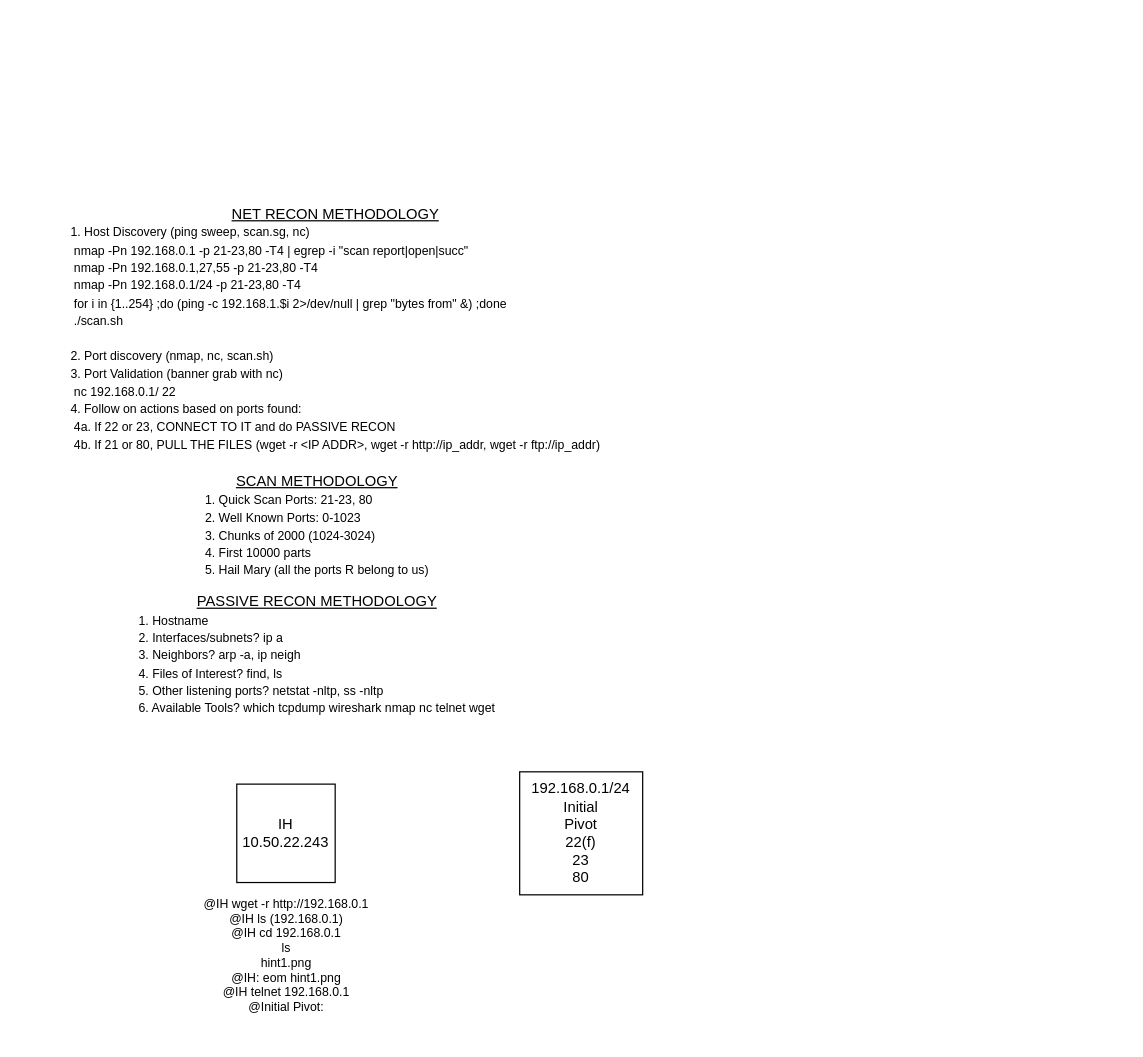
Earlier version of the draw.io diagram page "Page-1" (1 of 4) of Networking/Day 5/Untitled Diagram.drawio (LukeaBrown/COSC). Source tidied: cells renumbered, new cells numbered last; positions are measured from the earlier drawing's top-left corner, leaving out a move shared by most shapes. Both pictures are drawn from the tidied source at 123%, with x=0, y=0 at pixel (39, 21).
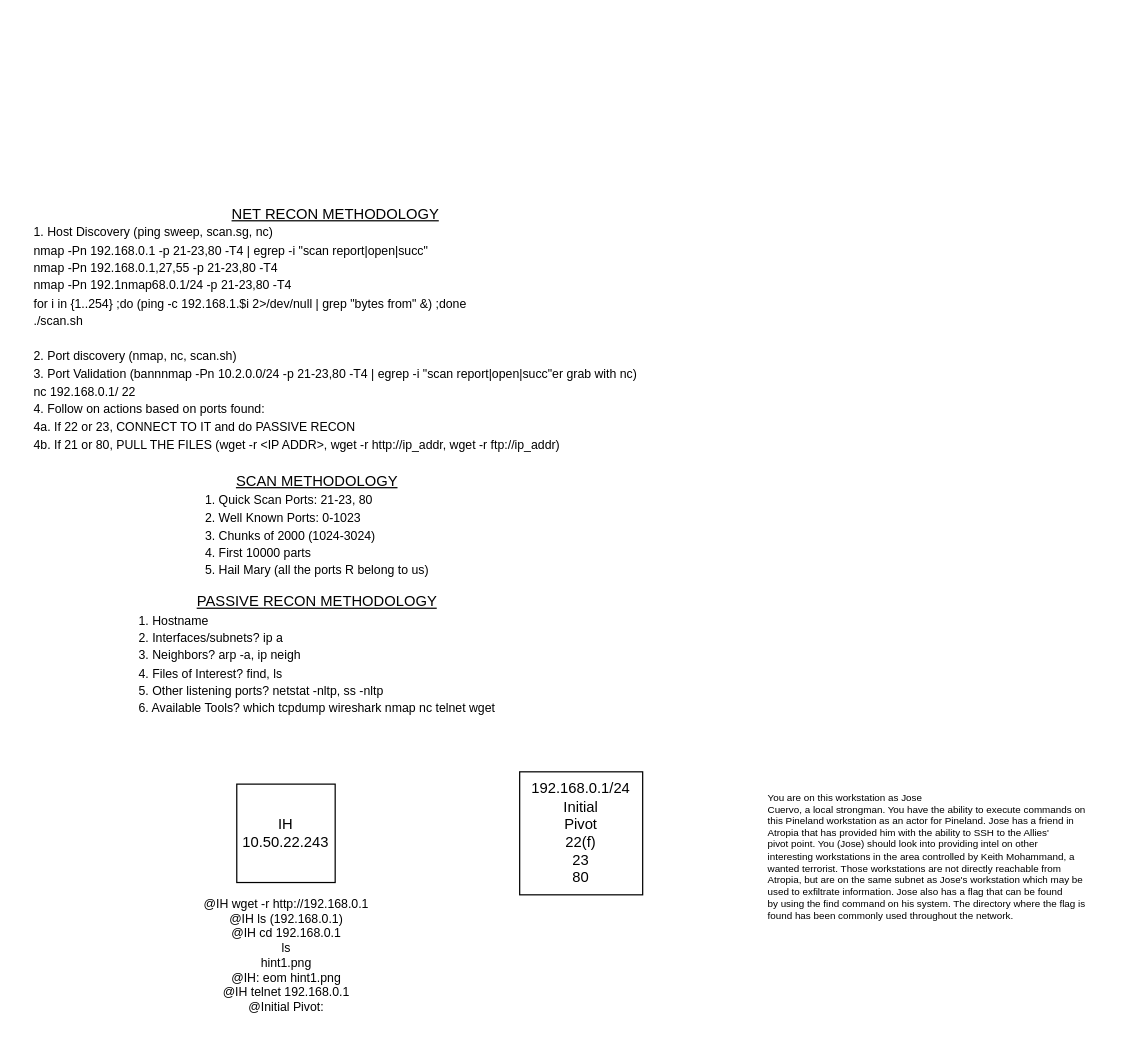
The same diagram, later.

The edit, as a diff of the source:
```diff
@@
 <mxGraphModel>
   <root>
     <mxCell id="0" />
     <mxCell id="1" parent="0" />
     <mxCell id="2" value="&lt;div&gt;IH&lt;/div&gt;&lt;div&gt;10.50.22.243&lt;br&gt;&lt;/div&gt;" style="whiteSpace=wrap;html=1;" parent="1" vertex="1">
       <mxGeometry x="160" y="620" width="80" height="80" as="geometry" />
     </mxCell>
     <mxCell id="3" value="&lt;div&gt;192.168.0.1/24&lt;br&gt;&lt;/div&gt;&lt;div&gt;Initial &lt;br&gt;&lt;/div&gt;&lt;div&gt;Pivot&lt;/div&gt;&lt;div&gt;22(f)&lt;br&gt;&lt;/div&gt;&lt;div&gt;23&lt;/div&gt;&lt;div&gt;80&lt;br&gt;&lt;/div&gt;" style="whiteSpace=wrap;html=1;" parent="1" vertex="1">
       <mxGeometry x="390" y="610" width="100" height="100" as="geometry" />
     </mxCell>
-    <mxCell id="4" value="&lt;div&gt;&lt;u&gt;NET RECON METHODOLOGY&lt;/u&gt;&lt;/div&gt;&lt;div align=&quot;left&quot;&gt;&lt;font style=&quot;font-size: 10px;&quot;&gt;1. Host Discovery (ping sweep, scan.sg, nc)&lt;/font&gt;&lt;/div&gt;&lt;div align=&quot;left&quot;&gt;&lt;font style=&quot;font-size: 10px;&quot;&gt;&lt;span style=&quot;white-space: pre;&quot;&gt; &lt;/span&gt;nmap -Pn 192.168.0.1 -p 21-23,80 -T4 | egrep -i &quot;scan report|open|succ&quot;&lt;br&gt;&lt;/font&gt;&lt;/div&gt;&lt;div align=&quot;left&quot;&gt;&lt;font style=&quot;font-size: 10px;&quot;&gt;&lt;span style=&quot;white-space: pre;&quot;&gt; &lt;/span&gt;nmap -Pn 192.168.0.1,27,55 -p 21-23,80 -T4&lt;br&gt;&lt;/font&gt;&lt;/div&gt;&lt;div align=&quot;left&quot;&gt;&lt;font style=&quot;font-size: 10px;&quot;&gt;&lt;span style=&quot;white-space: pre;&quot;&gt; &lt;/span&gt;nmap -Pn 192.168.0.1/24 -p 21-23,80 -T4&lt;br&gt;&lt;/font&gt;&lt;/div&gt;&lt;div align=&quot;left&quot;&gt;&lt;font style=&quot;font-size: 10px;&quot;&gt;&lt;span style=&quot;white-space: pre;&quot;&gt; &lt;/span&gt;for i in {1..254} ;do (ping -c 192.168.1.$i 2&amp;gt;/dev/null | grep &quot;bytes from&quot; &amp;amp;) ;done&lt;/font&gt;&lt;/div&gt;&lt;div align=&quot;left&quot;&gt;&lt;font style=&quot;font-size: 10px;&quot;&gt;&lt;span style=&quot;white-space: pre;&quot;&gt; &lt;/span&gt;./scan.sh&lt;/font&gt;&lt;/div&gt;&lt;div align=&quot;left&quot;&gt;&lt;font style=&quot;font-size: 10px;&quot;&gt;&lt;br&gt;&lt;/font&gt;&lt;/div&gt;&lt;div align=&quot;left&quot;&gt;&lt;font style=&quot;font-size: 10px;&quot;&gt;2. Port  discovery (nmap, nc, scan.sh)&lt;br&gt;&lt;/font&gt;&lt;/div&gt;&lt;div align=&quot;left&quot;&gt;&lt;font style=&quot;font-size: 10px;&quot;&gt;3. Port Validation (banner grab with nc)&lt;/font&gt;&lt;/div&gt;&lt;div align=&quot;left&quot;&gt;&lt;font style=&quot;font-size: 10px;&quot;&gt;&lt;span style=&quot;white-space: pre;&quot;&gt; &lt;/span&gt;nc 192.168.0.1/ 22&lt;/font&gt;&lt;/div&gt;&lt;div align=&quot;left&quot;&gt;&lt;font style=&quot;font-size: 10px;&quot;&gt;4. Follow on actions based on ports found:&lt;/font&gt;&lt;/div&gt;&lt;div align=&quot;left&quot;&gt;&lt;font style=&quot;font-size: 10px;&quot;&gt;&lt;span style=&quot;white-space: pre;&quot;&gt; &lt;/span&gt;4a. If 22 or 23, CONNECT TO IT and do PASSIVE RECON&lt;/font&gt;&lt;/div&gt;&lt;div align=&quot;left&quot;&gt;&lt;font style=&quot;font-size: 10px;&quot;&gt;&lt;span style=&quot;white-space: pre;&quot;&gt; &lt;/span&gt;4b. If 21 or 80, PULL THE FILES (wget -r &amp;lt;IP ADDR&amp;gt;, wget -r http://ip_addr, wget -r ftp://ip_addr)&lt;br&gt;&lt;/font&gt;&lt;/div&gt;" style="text;html=1;align=center;verticalAlign=middle;strokeColor=none;fillColor=none;" parent="1" vertex="1">
-      <mxGeometry y="140" width="480" height="220" as="geometry" />
+    <mxCell id="4" value="&lt;div&gt;&lt;u&gt;NET RECON METHODOLOGY&lt;/u&gt;&lt;/div&gt;&lt;div align=&quot;left&quot;&gt;&lt;font style=&quot;font-size: 10px;&quot;&gt;1. Host Discovery (ping sweep, scan.sg, nc)&lt;/font&gt;&lt;/div&gt;&lt;div align=&quot;left&quot;&gt;&lt;font style=&quot;font-size: 10px;&quot;&gt;&lt;span style=&quot;&quot;&gt; &lt;/span&gt;nmap -Pn 192.168.0.1 -p 21-23,80 -T4 | egrep -i &quot;scan report|open|succ&quot;&lt;br&gt;&lt;/font&gt;&lt;/div&gt;&lt;div align=&quot;left&quot;&gt;&lt;font style=&quot;font-size: 10px;&quot;&gt;&lt;span style=&quot;&quot;&gt; &lt;/span&gt;nmap -Pn 192.168.0.1,27,55 -p 21-23,80 -T4&lt;br&gt;&lt;/font&gt;&lt;/div&gt;&lt;div align=&quot;left&quot;&gt;&lt;font style=&quot;font-size: 10px;&quot;&gt;&lt;span style=&quot;&quot;&gt; &lt;/span&gt;nmap -Pn 192.1&lt;/font&gt;&lt;font style=&quot;font-size: 10px;&quot;&gt;&lt;span style=&quot;&quot;&gt;&lt;/span&gt;nmap&lt;/font&gt;&lt;font style=&quot;font-size: 10px;&quot;&gt;68.0.1/24 -p 21-23,80 -T4&lt;br&gt;&lt;/font&gt;&lt;/div&gt;&lt;div align=&quot;left&quot;&gt;&lt;font style=&quot;font-size: 10px;&quot;&gt;&lt;span style=&quot;&quot;&gt; &lt;/span&gt;for i in {1..254} ;do (ping -c 192.168.1.$i 2&amp;gt;/dev/null | grep &quot;bytes from&quot; &amp;amp;) ;done&lt;/font&gt;&lt;/div&gt;&lt;div align=&quot;left&quot;&gt;&lt;font style=&quot;font-size: 10px;&quot;&gt;&lt;span style=&quot;&quot;&gt; &lt;/span&gt;./scan.sh&lt;/font&gt;&lt;/div&gt;&lt;div align=&quot;left&quot;&gt;&lt;font style=&quot;font-size: 10px;&quot;&gt;&lt;br&gt;&lt;/font&gt;&lt;/div&gt;&lt;div align=&quot;left&quot;&gt;&lt;font style=&quot;font-size: 10px;&quot;&gt;2. Port  discovery (nmap, nc, scan.sh)&lt;br&gt;&lt;/font&gt;&lt;/div&gt;&lt;div align=&quot;left&quot;&gt;&lt;font style=&quot;font-size: 10px;&quot;&gt;3. Port Validation (bannnmap -Pn 10.2.0.0/24 -p 21-23,80 -T4 | egrep -i &quot;scan report|open|succ&quot;er grab with nc)&lt;/font&gt;&lt;/div&gt;&lt;div align=&quot;left&quot;&gt;&lt;font style=&quot;font-size: 10px;&quot;&gt;&lt;span style=&quot;&quot;&gt; &lt;/span&gt;nc 192.168.0.1/ 22&lt;/font&gt;&lt;/div&gt;&lt;div align=&quot;left&quot;&gt;&lt;font style=&quot;font-size: 10px;&quot;&gt;4. Follow on actions based on ports found:&lt;/font&gt;&lt;/div&gt;&lt;div align=&quot;left&quot;&gt;&lt;font style=&quot;font-size: 10px;&quot;&gt;&lt;span style=&quot;&quot;&gt; &lt;/span&gt;4a. If 22 or 23, CONNECT TO IT and do PASSIVE RECON&lt;/font&gt;&lt;/div&gt;&lt;div align=&quot;left&quot;&gt;&lt;font style=&quot;font-size: 10px;&quot;&gt;&lt;span style=&quot;&quot;&gt; &lt;/span&gt;4b. If 21 or 80, PULL THE FILES (wget -r &amp;lt;IP ADDR&amp;gt;, wget -r http://ip_addr, wget -r ftp://ip_addr)&lt;br&gt;&lt;/font&gt;&lt;/div&gt;" style="text;html=1;align=center;verticalAlign=middle;strokeColor=none;fillColor=none;" parent="1" vertex="1">
+      <mxGeometry x="-15" y="140" width="510" height="220" as="geometry" />
     </mxCell>
     <mxCell id="5" value="&lt;div&gt;&lt;u&gt;SCAN METHODOLOGY&lt;/u&gt;&lt;/div&gt;&lt;div align=&quot;left&quot;&gt;&lt;font style=&quot;font-size: 10px;&quot;&gt;1. Quick Scan Ports: 21-23, 80&lt;br&gt;&lt;/font&gt;&lt;/div&gt;&lt;div align=&quot;left&quot;&gt;&lt;font style=&quot;font-size: 10px;&quot;&gt;2. Well Known Ports: 0-1023&lt;br&gt;&lt;/font&gt;&lt;/div&gt;&lt;div align=&quot;left&quot;&gt;&lt;font style=&quot;font-size: 10px;&quot;&gt;3. Chunks of 2000 (1024-3024)&lt;/font&gt;&lt;/div&gt;&lt;div align=&quot;left&quot;&gt;&lt;font style=&quot;font-size: 10px;&quot;&gt;4. First 10000 parts&lt;/font&gt;&lt;/div&gt;&lt;div align=&quot;left&quot;&gt;&lt;font style=&quot;font-size: 10px;&quot;&gt;5. Hail Mary (all the ports R belong to us)&lt;br&gt;&lt;/font&gt;&lt;/div&gt;" style="text;html=1;align=center;verticalAlign=middle;strokeColor=none;fillColor=none;" parent="1" vertex="1">
       <mxGeometry x="120" y="360" width="210" height="100" as="geometry" />
     </mxCell>
     <mxCell id="6" value="&lt;div&gt;&lt;u&gt;PASSIVE RECON METHODOLOGY&lt;/u&gt;&lt;/div&gt;&lt;div align=&quot;left&quot;&gt;&lt;font style=&quot;font-size: 10px;&quot;&gt;1. Hostname&lt;/font&gt;&lt;/div&gt;&lt;div align=&quot;left&quot;&gt;&lt;font style=&quot;font-size: 10px;&quot;&gt;2. Interfaces/subnets? ip a&lt;br&gt;&lt;/font&gt;&lt;/div&gt;&lt;div align=&quot;left&quot;&gt;&lt;font style=&quot;font-size: 10px;&quot;&gt;3. Neighbors? arp -a, ip neigh&lt;/font&gt;&lt;/div&gt;&lt;div align=&quot;left&quot;&gt;&lt;font style=&quot;font-size: 10px;&quot;&gt;4. Files of Interest? find, ls&lt;br&gt;&lt;/font&gt;&lt;/div&gt;&lt;div align=&quot;left&quot;&gt;&lt;font style=&quot;font-size: 10px;&quot;&gt;5. Other listening ports? netstat -nltp, ss -nltp&lt;/font&gt;&lt;/div&gt;&lt;div align=&quot;left&quot;&gt;&lt;font style=&quot;font-size: 10px;&quot;&gt;6. Available Tools? which tcpdump wireshark nmap nc telnet wget&lt;br&gt;&lt;/font&gt;&lt;/div&gt;" style="text;html=1;align=center;verticalAlign=middle;strokeColor=none;fillColor=none;" parent="1" vertex="1">
       <mxGeometry x="70" y="460" width="310" height="110" as="geometry" />
     </mxCell>
     <mxCell id="7" value="&lt;div&gt;@IH wget -r http://192.168.0.1&lt;/div&gt;&lt;div&gt;@IH ls (192.168.0.1)&lt;/div&gt;&lt;div&gt;@IH cd 192.168.0.1&lt;/div&gt;&lt;div&gt;ls&lt;/div&gt;&lt;div&gt;hint1.png&lt;/div&gt;&lt;div&gt;@IH: eom hint1.png&lt;/div&gt;&lt;div&gt;@IH telnet 192.168.0.1&lt;/div&gt;&lt;div&gt;@Initial Pivot: &lt;br&gt;&lt;/div&gt;&lt;div&gt;&lt;br&gt;&lt;/div&gt;" style="text;html=1;align=center;verticalAlign=middle;strokeColor=none;fillColor=none;fontSize=10;" parent="1" vertex="1">
       <mxGeometry x="120" y="705" width="160" height="120" as="geometry" />
     </mxCell>
     <mxCell id="8" value="&amp;nbsp;" style="text;whiteSpace=wrap;html=1;fontSize=24;" parent="1" vertex="1">
       <mxGeometry x="740" width="40" height="50" as="geometry" />
     </mxCell>
+    <mxCell id="9" value="&lt;font style=&quot;font-size: 8px;&quot;&gt;You are on this workstation as Jose &#10;Cuervo, a local strongman. You have the ability to execute commands on &#10;this Pineland workstation as an actor for Pineland. Jose has a friend in&#10; Atropia that has provided him with the ability to SSH to the Allies' &#10;pivot point. You (Jose) should look into providing intel on other &#10;interesting workstations in the area controlled by Keith Mohammand, a &#10;wanted terrorist. Those workstations are not directly reachable from &#10;Atropia, but are on the same subnet as Jose's workstation which may be &#10;used to exfiltrate information. Jose also has a flag that can be found &#10;by using the find command on his system. The directory where the flag is&#10; found has been commonly used throughout the network.&lt;/font&gt;" style="text;whiteSpace=wrap;html=1;fontSize=8;" parent="1" vertex="1">
+      <mxGeometry x="590" y="620" width="290" height="130" as="geometry" />
+    </mxCell>
   </root>
 </mxGraphModel>
```
